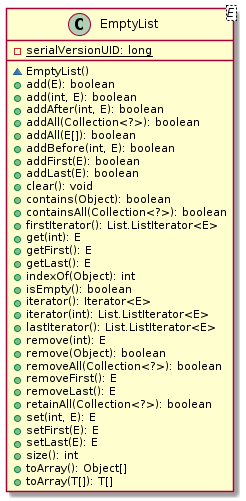
P-Kalin/kit26a keeps this PlantUML diagram as malokhvii-eduard/malokhvii05/doc/plantuml/png/ua.khpi.oop.malokhvii05.common.collect.EmptyList.png. Above is the earlier version.
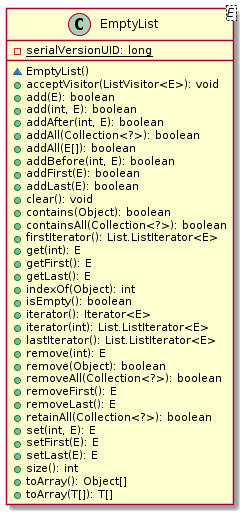
After the commit.

Change to the diagram source:
```diff
@@ -3,6 +3,7 @@
     class EmptyList<E> {
         {static} -serialVersionUID: long
         ~EmptyList()
+        +acceptVisitor(ListVisitor<E>): void
         +add(E): boolean
         +add(int, E): boolean
         +addAfter(int, E): boolean
```
